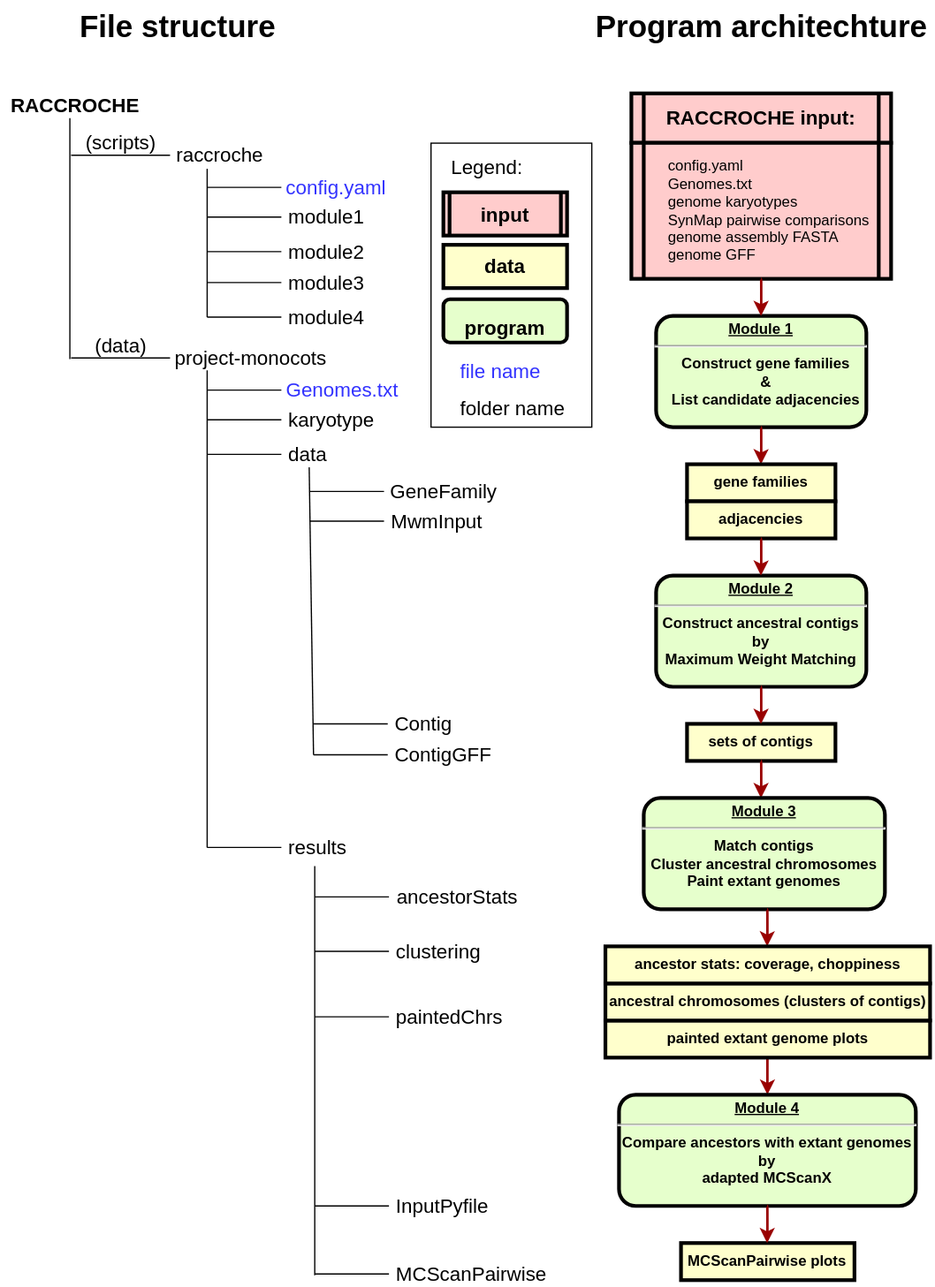
Earlier version of the draw.io export documentation/program-vs-file-structure.svg (jin-repo/RACCROCHE). Source tidied: cells renumbered, new cells last; positions are measured from the earlier drawing's top-left corner, leaving out a move shared by most shapes.
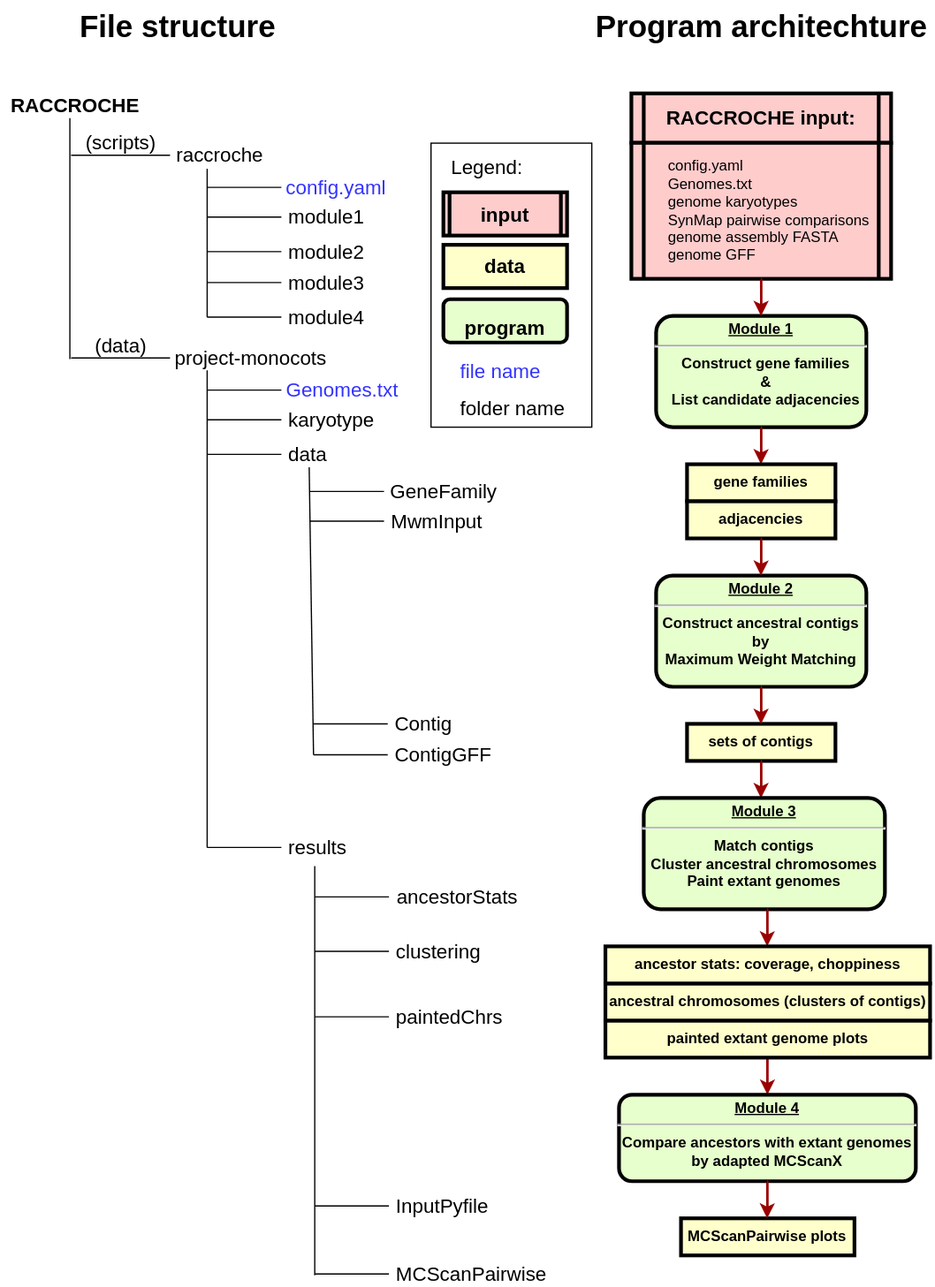
Above is the later version.

Commit message:
added module 3 diagram

What changed in the source:
```diff
@@ -83,16 +83,16 @@
     <mxCell id="21" value="ancestral chromosomes (clusters of contigs)" style="whiteSpace=wrap;align=center;verticalAlign=middle;fontStyle=1;strokeWidth=3;fillColor=#FFFFCC;" parent="19" vertex="1">
       <mxGeometry width="262.5" height="30" as="geometry" />
     </mxCell>
-    <mxCell id="22" value="&lt;p style=&quot;margin: 0px ; margin-top: 4px ; text-align: center ; text-decoration: underline&quot;&gt;&lt;strong&gt;Module 4&lt;br&gt;&lt;/strong&gt;&lt;/p&gt;&lt;hr&gt;&lt;div&gt;Compare ancestors with extant genomes&lt;/div&gt;&lt;div&gt;by&lt;/div&gt;&lt;div&gt;adapted MCScanX &lt;/div&gt;" style="verticalAlign=middle;align=center;overflow=fill;fontSize=12;fontFamily=Helvetica;html=1;rounded=1;fontStyle=1;strokeWidth=3;fillColor=#E6FFCC;" parent="1" vertex="1">
-      <mxGeometry x="500" y="885" width="240" height="90" as="geometry" />
+    <mxCell id="22" value="&lt;p style=&quot;margin: 0px ; margin-top: 4px ; text-align: center ; text-decoration: underline&quot;&gt;&lt;strong&gt;Module 4&lt;br&gt;&lt;/strong&gt;&lt;/p&gt;&lt;hr&gt;&lt;div&gt;Compare ancestors with extant genomes&lt;/div&gt;&lt;div&gt;by adapted MCScanX &lt;/div&gt;" style="verticalAlign=middle;align=center;overflow=fill;fontSize=12;fontFamily=Helvetica;html=1;rounded=1;fontStyle=1;strokeWidth=3;fillColor=#E6FFCC;" parent="1" vertex="1">
+      <mxGeometry x="500" y="885" width="240" height="70" as="geometry" />
     </mxCell>
     <mxCell id="23" value="MCScanPairwise plots" style="whiteSpace=wrap;align=center;verticalAlign=middle;fontStyle=1;strokeWidth=3;fillColor=#FFFFCC;" parent="1" vertex="1">
-      <mxGeometry x="550.1" y="1005" width="140.2" height="30" as="geometry" />
+      <mxGeometry x="550.1" y="985" width="140.2" height="30" as="geometry" />
     </mxCell>
     <mxCell id="24" style="edgeStyle=elbowEdgeStyle;elbow=horizontal;strokeColor=#990000;strokeWidth=2;" parent="1" edge="1">
       <mxGeometry relative="1" as="geometry">
-        <mxPoint x="619.8" y="975" as="sourcePoint" />
-        <mxPoint x="619.8" y="1005" as="targetPoint" />
+        <mxPoint x="619.8" y="955" as="sourcePoint" />
+        <mxPoint x="619.8" y="985" as="targetPoint" />
       </mxGeometry>
     </mxCell>
     <mxCell id="25" value="RACCROCHE" style="text;html=1;align=center;verticalAlign=middle;fontSize=16;fontStyle=1;" parent="1" vertex="1">
```
